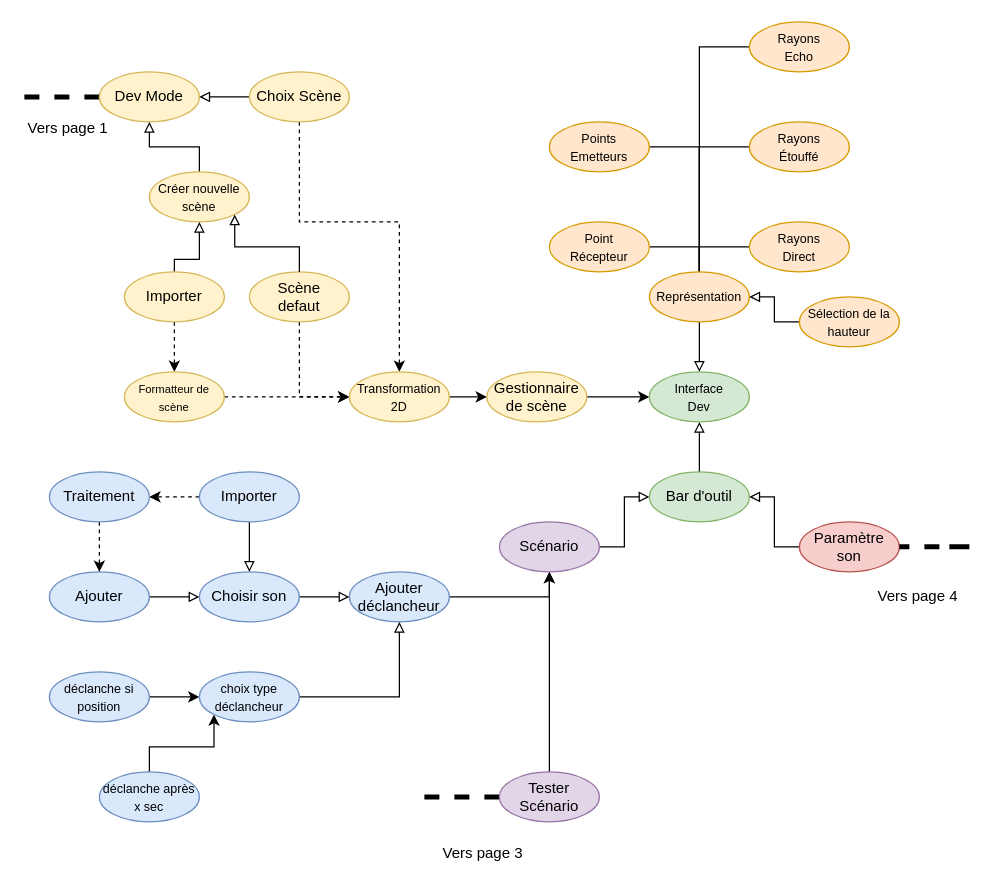
This is doc/UML/draw_format/UML_dev_mode.drawio from Cemecla/Acoustic-Tracing, a draw.io file, before an edit. Source tidied: cells renumbered, new cells numbered last; positions are measured from the earlier drawing's top-left corner, leaving out a move shared by most shapes. Both pictures are drawn from the tidied source at 125%, with x=0, y=0 at pixel (24, 21).
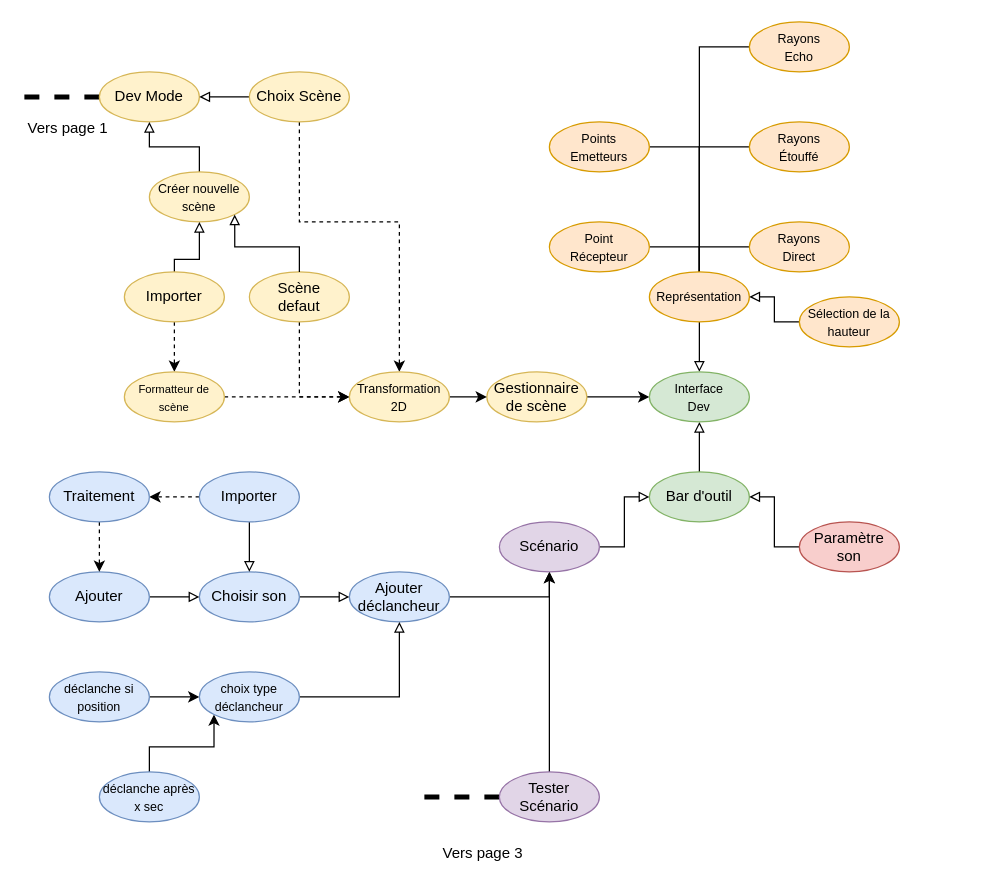
After the change.

Change to the diagram source:
```diff
@@
-    <mxCell id="53" style="edgeStyle=orthogonalEdgeStyle;rounded=0;orthogonalLoop=1;jettySize=auto;html=1;endArrow=none;startFill=0;dashed=1;strokeWidth=4;" parent="1" edge="1">
-      <mxGeometry relative="1" as="geometry">
-        <mxPoint x="740" y="419.8" as="sourcePoint" />
-        <mxPoint x="700" y="419.8" as="targetPoint" />
-        <Array as="points">
-          <mxPoint x="760" y="419.8" />
-        </Array>
-      </mxGeometry>
-    </mxCell>
@@
-    <mxCell id="63" value="Vers page 4" style="text;html=1;align=center;verticalAlign=middle;whiteSpace=wrap;rounded=0;" parent="1" vertex="1">
-      <mxGeometry x="680" y="445" width="70" height="30" as="geometry" />
-    </mxCell>
```
